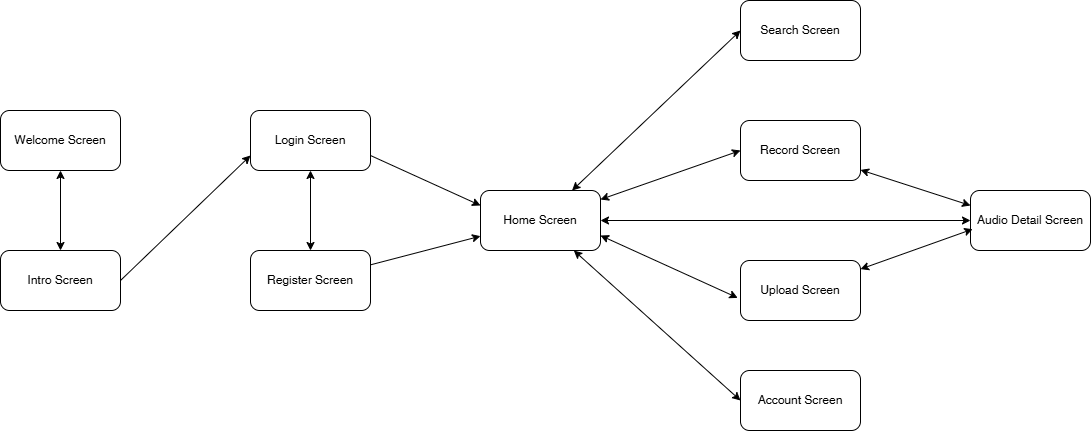
Above: assets/images/Screen-Diagram.png in Sophavisnuka/Smean-Mobile-App (draw.io), before the change. Source tidied: cells renumbered, new cells last; positions are measured from the earlier drawing's top-left corner, leaving out a move shared by most shapes.
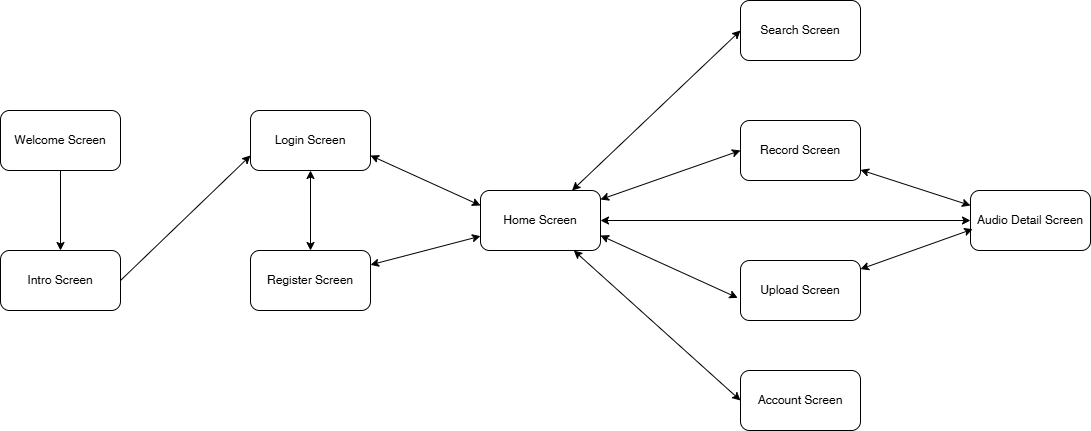
After the change.

Commit message:
update uml, screen diagram

Diff of the diagram source:
```diff
@@ -2,7 +2,7 @@
   <root>
     <mxCell id="0" />
     <mxCell id="1" parent="0" />
-    <mxCell id="2" style="edgeStyle=none;html=1;entryX=0.5;entryY=0;entryDx=0;entryDy=0;startArrow=classic;startFill=1;" parent="1" edge="1" source="3" target="5">
+    <mxCell id="2" style="edgeStyle=none;html=1;entryX=0.5;entryY=0;entryDx=0;entryDy=0;startArrow=none;startFill=0;" parent="1" edge="1" source="3" target="5">
       <mxGeometry relative="1" as="geometry" />
     </mxCell>
     <mxCell id="3" value="Welcome Screen" style="rounded=1;whiteSpace=wrap;html=1;" parent="1" vertex="1">
@@ -17,13 +17,13 @@
     <mxCell id="6" style="edgeStyle=none;html=1;entryX=0.5;entryY=0;entryDx=0;entryDy=0;startArrow=classic;startFill=1;" parent="1" edge="1" source="8" target="10">
       <mxGeometry relative="1" as="geometry" />
     </mxCell>
-    <mxCell id="7" style="edgeStyle=none;html=1;entryX=0;entryY=0.25;entryDx=0;entryDy=0;exitX=1;exitY=0.75;exitDx=0;exitDy=0;" parent="1" edge="1" source="8" target="14">
+    <mxCell id="7" style="edgeStyle=none;html=1;entryX=0;entryY=0.25;entryDx=0;entryDy=0;exitX=1;exitY=0.75;exitDx=0;exitDy=0;startArrow=classic;startFill=1;" parent="1" edge="1" source="8" target="14">
       <mxGeometry relative="1" as="geometry" />
     </mxCell>
     <mxCell id="8" value="Login Screen" style="rounded=1;whiteSpace=wrap;html=1;" parent="1" vertex="1">
       <mxGeometry x="250" y="110" width="120" height="60" as="geometry" />
     </mxCell>
-    <mxCell id="9" style="edgeStyle=none;html=1;" parent="1" edge="1" source="10" target="14">
+    <mxCell id="9" style="edgeStyle=none;html=1;startArrow=classic;startFill=1;" parent="1" edge="1" source="10" target="14">
       <mxGeometry relative="1" as="geometry" />
     </mxCell>
     <mxCell id="10" value="Register Screen" style="rounded=1;whiteSpace=wrap;html=1;" parent="1" vertex="1">
```
